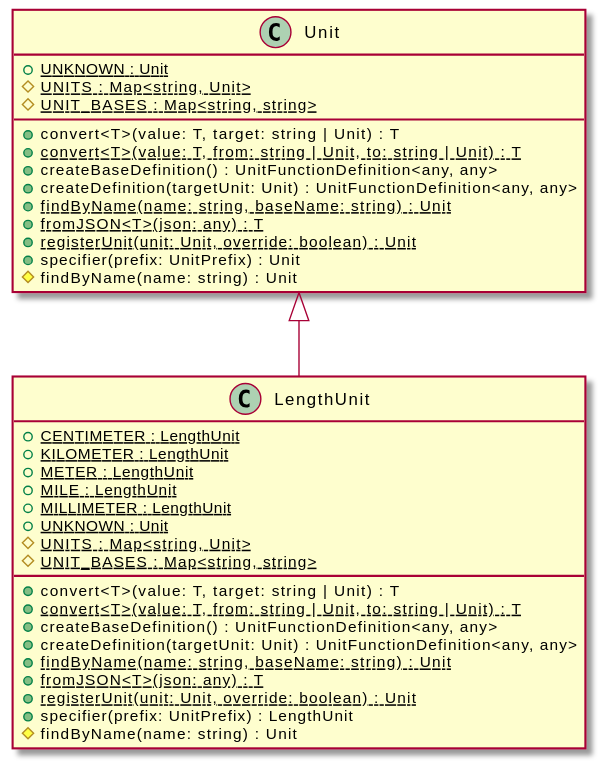
Before: assets/LengthUnit-umlClassDiagram-956.svg, a diagram exported from PlantUML (OpenHPS/openhps-core).
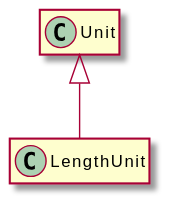
The same diagram one commit later.

Change to the diagram source:
```diff
@@ -3,37 +3,8 @@
 hide empty methods
 hide empty fields
 class "LengthUnit" {
-    {static} +CENTIMETER : LengthUnit
-    {static} +KILOMETER : LengthUnit
-    {static} +METER : LengthUnit
-    {static} +MILE : LengthUnit
-    {static} +MILLIMETER : LengthUnit
-    {static} +UNKNOWN : Unit
-    {static} #UNITS : Map<string, Unit>
-    {static} #UNIT_BASES : Map<string, string>
-    +convert<T>(value: T, target: string | Unit) : T
-    {static} +convert<T>(value: T, from: string | Unit, to: string | Unit) : T
-    +createBaseDefinition() : UnitFunctionDefinition<any, any>
-    +createDefinition(targetUnit: Unit) : UnitFunctionDefinition<any, any>
-    {static} +findByName(name: string, baseName: string) : Unit
-    {static} +fromJSON<T>(json: any) : T
-    {static} +registerUnit(unit: Unit, override: boolean) : Unit
-    +specifier(prefix: UnitPrefix) : LengthUnit
-    #findByName(name: string) : Unit
 }
 class "Unit" {
-    {static} +UNKNOWN : Unit
-    {static} #UNITS : Map<string, Unit>
-    {static} #UNIT_BASES : Map<string, string>
-    +convert<T>(value: T, target: string | Unit) : T
-    {static} +convert<T>(value: T, from: string | Unit, to: string | Unit) : T
-    +createBaseDefinition() : UnitFunctionDefinition<any, any>
-    +createDefinition(targetUnit: Unit) : UnitFunctionDefinition<any, any>
-    {static} +findByName(name: string, baseName: string) : Unit
-    {static} +fromJSON<T>(json: any) : T
-    {static} +registerUnit(unit: Unit, override: boolean) : Unit
-    +specifier(prefix: UnitPrefix) : Unit
-    #findByName(name: string) : Unit
 }
 "Unit" <|-- "LengthUnit"
 @enduml
```
